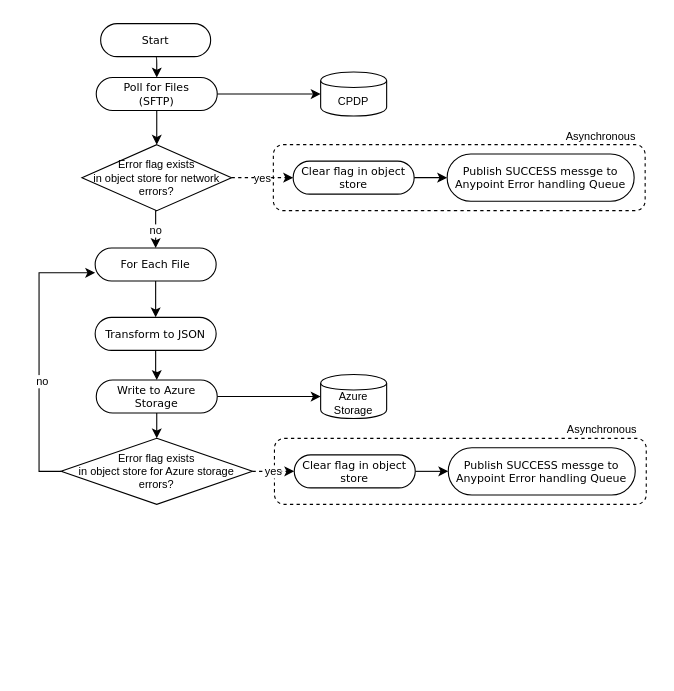
The draw.io diagram page "Invoice Process Flow" (18 of 18) of Copy of eInvoicing API Led.drawio in ahernandez1129/anypoint, before the edit. Source tidied: cells renumbered, new cells numbered last; positions are measured from the earlier drawing's top-left corner, leaving out a move shared by most shapes. Both pictures are drawn from the tidied source at 110%, with x=0, y=0 at pixel (61, 23).
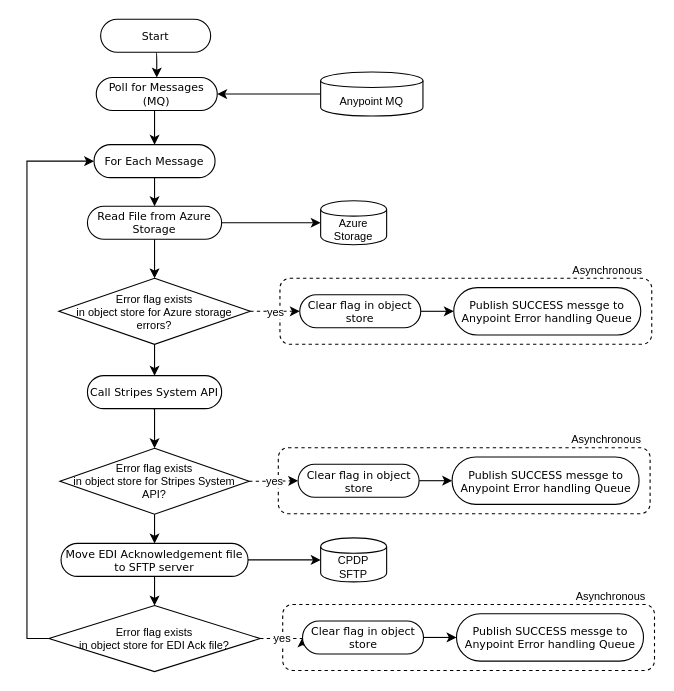
Above is the later version.

Change to the diagram source:
```diff
@@
     <mxCell id="2" style="rounded=1;whiteSpace=wrap;html=1;fontSize=10;dashed=1;" parent="1" vertex="1">
-      <mxGeometry x="194" y="377" width="338" height="60" as="geometry" />
+      <mxGeometry x="199" y="231.5" width="338" height="60" as="geometry" />
     </mxCell>
-    <mxCell id="3" style="rounded=1;whiteSpace=wrap;html=1;fontSize=10;dashed=1;" parent="1" vertex="1">
-      <mxGeometry x="193" y="110" width="338" height="60" as="geometry" />
-    </mxCell>
@@
     <mxCell id="5" value="&lt;span style=&quot;font-size: 10px;&quot;&gt;Start&lt;/span&gt;" style="rounded=1;whiteSpace=wrap;html=1;shadow=0;comic=0;labelBackgroundColor=none;strokeColor=#000000;strokeWidth=1;fillColor=#ffffff;fontFamily=Verdana;fontSize=10;fontColor=#000000;align=center;arcSize=50;" parent="1" vertex="1">
-      <mxGeometry x="36" width="100" height="30" as="geometry" />
+      <mxGeometry x="36" y="-4" width="100" height="30" as="geometry" />
     </mxCell>
-    <mxCell id="6" style="edgeStyle=orthogonalEdgeStyle;rounded=0;jettySize=auto;html=1;exitX=1;exitY=0.5;exitDx=0;exitDy=0;entryX=0;entryY=0.5;entryDx=0;entryDy=0;fontSize=10;" parent="1" edge="1" source="8" target="9">
-      <mxGeometry relative="1" as="geometry" />
-    </mxCell>
-    <mxCell id="7" style="edgeStyle=orthogonalEdgeStyle;rounded=0;jettySize=auto;html=1;exitX=0.5;exitY=1;exitDx=0;exitDy=0;entryX=0.5;entryY=0;entryDx=0;entryDy=0;fontSize=10;" parent="1" edge="1" source="8" target="12">
-      <mxGeometry relative="1" as="geometry" />
-    </mxCell>
+    <mxCell id="33" style="edgeStyle=orthogonalEdgeStyle;rounded=0;jettySize=auto;html=1;exitX=0.5;exitY=1;exitDx=0;exitDy=0;entryX=0.5;entryY=0;entryDx=0;entryDy=0;fontSize=10;" parent="1" edge="1" source="8" target="14">
+      <mxGeometry relative="1" as="geometry" />
+    </mxCell>
-    <mxCell id="8" value="&lt;span style=&quot;font-size: 10px;&quot;&gt;Poll for Files&lt;br style=&quot;font-size: 10px;&quot;&gt;(SFTP)&lt;br style=&quot;font-size: 10px;&quot;&gt;&lt;/span&gt;" style="rounded=1;whiteSpace=wrap;html=1;shadow=0;comic=0;labelBackgroundColor=none;strokeColor=#000000;strokeWidth=1;fillColor=#ffffff;fontFamily=Verdana;fontSize=10;fontColor=#000000;align=center;arcSize=50;" parent="1" vertex="1">
+    <mxCell id="8" value="&lt;span style=&quot;font-size: 10px&quot;&gt;Poll for Messages&lt;br style=&quot;font-size: 10px&quot;&gt;(MQ)&lt;br style=&quot;font-size: 10px&quot;&gt;&lt;/span&gt;" style="rounded=1;whiteSpace=wrap;html=1;shadow=0;comic=0;labelBackgroundColor=none;strokeColor=#000000;strokeWidth=1;fillColor=#ffffff;fontFamily=Verdana;fontSize=10;fontColor=#000000;align=center;arcSize=50;" parent="1" vertex="1">
       <mxGeometry x="32" y="49" width="110" height="30" as="geometry" />
     </mxCell>
+    <mxCell id="34" style="edgeStyle=orthogonalEdgeStyle;rounded=0;jettySize=auto;html=1;exitX=0;exitY=0.5;exitDx=0;exitDy=0;fontSize=10;" parent="1" edge="1" source="9" target="8">
+      <mxGeometry relative="1" as="geometry" />
+    </mxCell>
-    <mxCell id="9" value="CPDP" style="shape=cylinder;whiteSpace=wrap;html=1;boundedLbl=1;backgroundOutline=1;fontSize=10;" parent="1" vertex="1">
-      <mxGeometry x="236" y="44" width="60" height="40" as="geometry" />
+    <mxCell id="9" value="Anypoint MQ" style="shape=cylinder;whiteSpace=wrap;html=1;boundedLbl=1;backgroundOutline=1;fontSize=10;" parent="1" vertex="1">
+      <mxGeometry x="236" y="44" width="93" height="40" as="geometry" />
     </mxCell>
-    <mxCell id="10" value="no" style="edgeStyle=orthogonalEdgeStyle;rounded=0;jettySize=auto;html=1;exitX=0.5;exitY=1;exitDx=0;exitDy=0;entryX=0.5;entryY=0;entryDx=0;entryDy=0;fontSize=10;" parent="1" edge="1" source="12" target="14">
-      <mxGeometry x="0.08" relative="1" as="geometry" />
-    </mxCell>
-    <mxCell id="11" value="yes" style="edgeStyle=orthogonalEdgeStyle;rounded=0;jettySize=auto;html=1;exitX=1;exitY=0.5;exitDx=0;exitDy=0;entryX=0;entryY=0.5;entryDx=0;entryDy=0;fontSize=10;dashed=1;" parent="1" edge="1" source="12" target="22">
-      <mxGeometry relative="1" as="geometry" />
-    </mxCell>
-    <mxCell id="12" value="&lt;font style=&quot;font-size: 10px&quot;&gt;Error flag exists&lt;br style=&quot;font-size: 10px&quot;&gt;in object store for network errors?&lt;/font&gt;" style="rhombus;whiteSpace=wrap;html=1;fontSize=10;" parent="1" vertex="1">
-      <mxGeometry x="19" y="110" width="136" height="60" as="geometry" />
-    </mxCell>
-    <mxCell id="13" style="edgeStyle=orthogonalEdgeStyle;rounded=0;jettySize=auto;html=1;exitX=0.5;exitY=1;exitDx=0;exitDy=0;fontSize=10;" parent="1" edge="1" source="14" target="16">
-      <mxGeometry relative="1" as="geometry" />
-    </mxCell>
+    <mxCell id="35" style="edgeStyle=orthogonalEdgeStyle;rounded=0;jettySize=auto;html=1;exitX=0.5;exitY=1;exitDx=0;exitDy=0;entryX=0.5;entryY=0;entryDx=0;entryDy=0;fontSize=10;" parent="1" edge="1" source="14" target="19">
+      <mxGeometry relative="1" as="geometry" />
+    </mxCell>
-    <mxCell id="14" value="&lt;span style=&quot;font-size: 10px;&quot;&gt;For Each File&lt;br style=&quot;font-size: 10px;&quot;&gt;&lt;/span&gt;" style="rounded=1;whiteSpace=wrap;html=1;shadow=0;comic=0;labelBackgroundColor=none;strokeColor=#000000;strokeWidth=1;fillColor=#ffffff;fontFamily=Verdana;fontSize=10;fontColor=#000000;align=center;arcSize=50;" parent="1" vertex="1">
-      <mxGeometry x="31" y="204" width="110" height="30" as="geometry" />
+    <mxCell id="14" value="&lt;span style=&quot;font-size: 10px&quot;&gt;For Each Message&lt;br style=&quot;font-size: 10px&quot;&gt;&lt;/span&gt;" style="rounded=1;whiteSpace=wrap;html=1;shadow=0;comic=0;labelBackgroundColor=none;strokeColor=#000000;strokeWidth=1;fillColor=#ffffff;fontFamily=Verdana;fontSize=10;fontColor=#000000;align=center;arcSize=50;" parent="1" vertex="1">
+      <mxGeometry x="30" y="110" width="110" height="30" as="geometry" />
     </mxCell>
-    <mxCell id="15" style="edgeStyle=orthogonalEdgeStyle;rounded=0;jettySize=auto;html=1;exitX=0.5;exitY=1;exitDx=0;exitDy=0;fontSize=10;" parent="1" edge="1" source="16" target="19">
-      <mxGeometry relative="1" as="geometry" />
-    </mxCell>
-    <mxCell id="16" value="&lt;span style=&quot;font-size: 10px&quot;&gt;Transform to JSON&lt;br style=&quot;font-size: 10px&quot;&gt;&lt;/span&gt;" style="rounded=1;whiteSpace=wrap;html=1;shadow=0;comic=0;labelBackgroundColor=none;strokeColor=#000000;strokeWidth=1;fillColor=#ffffff;fontFamily=Verdana;fontSize=10;fontColor=#000000;align=center;arcSize=50;" parent="1" vertex="1">
-      <mxGeometry x="31" y="267" width="110" height="30" as="geometry" />
-    </mxCell>
@@
-    <mxCell id="19" value="&lt;span style=&quot;font-size: 10px&quot;&gt;Write to Azure Storage&lt;br style=&quot;font-size: 10px&quot;&gt;&lt;/span&gt;" style="rounded=1;whiteSpace=wrap;html=1;shadow=0;comic=0;labelBackgroundColor=none;strokeColor=#000000;strokeWidth=1;fillColor=#ffffff;fontFamily=Verdana;fontSize=10;fontColor=#000000;align=center;arcSize=50;" parent="1" vertex="1">
-      <mxGeometry x="32" y="324" width="110" height="30" as="geometry" />
+    <mxCell id="19" value="&lt;span style=&quot;font-size: 10px&quot;&gt;Read File from Azure Storage&lt;br style=&quot;font-size: 10px&quot;&gt;&lt;/span&gt;" style="rounded=1;whiteSpace=wrap;html=1;shadow=0;comic=0;labelBackgroundColor=none;strokeColor=#000000;strokeWidth=1;fillColor=#ffffff;fontFamily=Verdana;fontSize=10;fontColor=#000000;align=center;arcSize=50;" parent="1" vertex="1">
+      <mxGeometry x="24" y="166" width="122" height="30" as="geometry" />
     </mxCell>
     <mxCell id="20" value="Azure Storage" style="shape=cylinder;whiteSpace=wrap;html=1;boundedLbl=1;backgroundOutline=1;fontSize=10;" parent="1" vertex="1">
-      <mxGeometry x="236" y="319" width="60" height="40" as="geometry" />
+      <mxGeometry x="236" y="161" width="60" height="40" as="geometry" />
     </mxCell>
-    <mxCell id="21" style="edgeStyle=orthogonalEdgeStyle;rounded=0;jettySize=auto;html=1;exitX=1;exitY=0.5;exitDx=0;exitDy=0;fontSize=10;" parent="1" edge="1" source="22" target="23">
-      <mxGeometry relative="1" as="geometry" />
-    </mxCell>
-    <mxCell id="22" value="&lt;span style=&quot;font-size: 10px&quot;&gt;Clear flag in object store&lt;br style=&quot;font-size: 10px&quot;&gt;&lt;/span&gt;" style="rounded=1;whiteSpace=wrap;html=1;shadow=0;comic=0;labelBackgroundColor=none;strokeColor=#000000;strokeWidth=1;fillColor=#ffffff;fontFamily=Verdana;fontSize=10;fontColor=#000000;align=center;arcSize=50;" parent="1" vertex="1">
-      <mxGeometry x="211" y="125" width="110" height="30" as="geometry" />
-    </mxCell>
-    <mxCell id="23" value="&lt;span style=&quot;font-size: 10px&quot;&gt;Publish SUCCESS messge to Anypoint Error handling Queue&lt;br style=&quot;font-size: 10px&quot;&gt;&lt;/span&gt;" style="rounded=1;whiteSpace=wrap;html=1;shadow=0;comic=0;labelBackgroundColor=none;strokeColor=#000000;strokeWidth=1;fillColor=#ffffff;fontFamily=Verdana;fontSize=10;fontColor=#000000;align=center;arcSize=50;" parent="1" vertex="1">
-      <mxGeometry x="351" y="118.5" width="170" height="43" as="geometry" />
-    </mxCell>
-    <mxCell id="24" value="Asynchronous" style="text;html=1;strokeColor=none;fillColor=none;align=center;verticalAlign=middle;whiteSpace=wrap;rounded=0;dashed=1;fontSize=10;" parent="1" vertex="1">
-      <mxGeometry x="471" y="92" width="40" height="20" as="geometry" />
-    </mxCell>
@@
-    <mxCell id="26" style="edgeStyle=orthogonalEdgeStyle;rounded=0;jettySize=auto;html=1;exitX=0;exitY=0.5;exitDx=0;exitDy=0;entryX=0;entryY=0.75;entryDx=0;entryDy=0;fontSize=10;" parent="1" edge="1" source="28" target="14">
-      <mxGeometry relative="1" as="geometry" />
-    </mxCell>
-    <mxCell id="27" value="no" style="text;html=1;align=center;verticalAlign=middle;labelBackgroundColor=#ffffff;fontSize=10;" parent="26" vertex="1">
-      <mxGeometry x="-0.18" y="-2" relative="1" as="geometry" />
-    </mxCell>
+    <mxCell id="36" style="edgeStyle=orthogonalEdgeStyle;rounded=0;jettySize=auto;html=1;exitX=0.5;exitY=1;exitDx=0;exitDy=0;fontSize=10;" parent="1" edge="1" source="28" target="37">
+      <mxGeometry relative="1" as="geometry" />
+    </mxCell>
     <mxCell id="28" value="&lt;font style=&quot;font-size: 10px&quot;&gt;Error flag exists&lt;br style=&quot;font-size: 10px&quot;&gt;in object store for Azure storage errors?&lt;/font&gt;" style="rhombus;whiteSpace=wrap;html=1;fontSize=10;" parent="1" vertex="1">
-      <mxGeometry y="377" width="174" height="60" as="geometry" />
+      <mxGeometry x="-2" y="231.5" width="174" height="60" as="geometry" />
     </mxCell>
@@
     <mxCell id="30" value="&lt;span style=&quot;font-size: 10px&quot;&gt;Clear flag in object store&lt;br style=&quot;font-size: 10px&quot;&gt;&lt;/span&gt;" style="rounded=1;whiteSpace=wrap;html=1;shadow=0;comic=0;labelBackgroundColor=none;strokeColor=#000000;strokeWidth=1;fillColor=#ffffff;fontFamily=Verdana;fontSize=10;fontColor=#000000;align=center;arcSize=50;" parent="1" vertex="1">
-      <mxGeometry x="212" y="392" width="110" height="30" as="geometry" />
+      <mxGeometry x="217" y="246.5" width="110" height="30" as="geometry" />
     </mxCell>
     <mxCell id="31" value="&lt;span style=&quot;font-size: 10px&quot;&gt;Publish SUCCESS messge to Anypoint Error handling Queue&lt;br style=&quot;font-size: 10px&quot;&gt;&lt;/span&gt;" style="rounded=1;whiteSpace=wrap;html=1;shadow=0;comic=0;labelBackgroundColor=none;strokeColor=#000000;strokeWidth=1;fillColor=#ffffff;fontFamily=Verdana;fontSize=10;fontColor=#000000;align=center;arcSize=50;" parent="1" vertex="1">
-      <mxGeometry x="352" y="385.5" width="170" height="43" as="geometry" />
+      <mxGeometry x="357" y="240" width="170" height="43" as="geometry" />
     </mxCell>
     <mxCell id="32" value="Asynchronous" style="text;html=1;strokeColor=none;fillColor=none;align=center;verticalAlign=middle;whiteSpace=wrap;rounded=0;dashed=1;fontSize=10;" parent="1" vertex="1">
-      <mxGeometry x="472" y="359" width="40" height="20" as="geometry" />
+      <mxGeometry x="477" y="213.5" width="40" height="20" as="geometry" />
     </mxCell>
+    <mxCell id="37" value="&lt;span style=&quot;font-size: 10px&quot;&gt;Call Stripes System API&lt;br style=&quot;font-size: 10px&quot;&gt;&lt;/span&gt;" style="rounded=1;whiteSpace=wrap;html=1;shadow=0;comic=0;labelBackgroundColor=none;strokeColor=#000000;strokeWidth=1;fillColor=#ffffff;fontFamily=Verdana;fontSize=10;fontColor=#000000;align=center;arcSize=50;" parent="1" vertex="1">
+      <mxGeometry x="24" y="320" width="122" height="30" as="geometry" />
+    </mxCell>
+    <mxCell id="38" style="rounded=1;whiteSpace=wrap;html=1;fontSize=10;dashed=1;" parent="1" vertex="1">
+      <mxGeometry x="197.5" y="385.5" width="338" height="60" as="geometry" />
+    </mxCell>
+    <mxCell id="39" style="edgeStyle=orthogonalEdgeStyle;rounded=0;jettySize=auto;html=1;exitX=0.5;exitY=1;exitDx=0;exitDy=0;entryX=0.5;entryY=0;entryDx=0;entryDy=0;fontSize=10;" parent="1" edge="1" target="42">
+      <mxGeometry relative="1" as="geometry">
+        <mxPoint x="83.5" y="350" as="sourcePoint" />
+      </mxGeometry>
+    </mxCell>
+    <mxCell id="40" value="yes" style="edgeStyle=orthogonalEdgeStyle;rounded=0;jettySize=auto;html=1;exitX=1;exitY=0.5;exitDx=0;exitDy=0;entryX=0;entryY=0.5;entryDx=0;entryDy=0;fontSize=10;dashed=1;" parent="1" edge="1" source="42" target="44">
+      <mxGeometry relative="1" as="geometry" />
+    </mxCell>
+    <mxCell id="41" style="edgeStyle=orthogonalEdgeStyle;rounded=0;jettySize=auto;html=1;exitX=0.5;exitY=1;exitDx=0;exitDy=0;fontSize=10;" parent="1" edge="1" source="42" target="49">
+      <mxGeometry relative="1" as="geometry" />
+    </mxCell>
+    <mxCell id="42" value="&lt;font style=&quot;font-size: 10px&quot;&gt;Error flag exists&lt;br style=&quot;font-size: 10px&quot;&gt;in object store for Stripes System API?&lt;/font&gt;" style="rhombus;whiteSpace=wrap;html=1;fontSize=10;" parent="1" vertex="1">
+      <mxGeometry x="-1" y="386" width="172" height="60" as="geometry" />
+    </mxCell>
+    <mxCell id="43" style="edgeStyle=orthogonalEdgeStyle;rounded=0;jettySize=auto;html=1;exitX=1;exitY=0.5;exitDx=0;exitDy=0;entryX=0;entryY=0.5;entryDx=0;entryDy=0;fontSize=10;" parent="1" edge="1" source="44" target="45">
+      <mxGeometry relative="1" as="geometry" />
+    </mxCell>
+    <mxCell id="44" value="&lt;span style=&quot;font-size: 10px&quot;&gt;Clear flag in object store&lt;br style=&quot;font-size: 10px&quot;&gt;&lt;/span&gt;" style="rounded=1;whiteSpace=wrap;html=1;shadow=0;comic=0;labelBackgroundColor=none;strokeColor=#000000;strokeWidth=1;fillColor=#ffffff;fontFamily=Verdana;fontSize=10;fontColor=#000000;align=center;arcSize=50;" parent="1" vertex="1">
+      <mxGeometry x="215.5" y="400.5" width="110" height="30" as="geometry" />
+    </mxCell>
+    <mxCell id="45" value="&lt;span style=&quot;font-size: 10px&quot;&gt;Publish SUCCESS messge to Anypoint Error handling Queue&lt;br style=&quot;font-size: 10px&quot;&gt;&lt;/span&gt;" style="rounded=1;whiteSpace=wrap;html=1;shadow=0;comic=0;labelBackgroundColor=none;strokeColor=#000000;strokeWidth=1;fillColor=#ffffff;fontFamily=Verdana;fontSize=10;fontColor=#000000;align=center;arcSize=50;" parent="1" vertex="1">
+      <mxGeometry x="355.5" y="394" width="170" height="43" as="geometry" />
+    </mxCell>
+    <mxCell id="46" value="Asynchronous" style="text;html=1;strokeColor=none;fillColor=none;align=center;verticalAlign=middle;whiteSpace=wrap;rounded=0;dashed=1;fontSize=10;" parent="1" vertex="1">
+      <mxGeometry x="475.5" y="367.5" width="40" height="20" as="geometry" />
+    </mxCell>
+    <mxCell id="47" style="edgeStyle=orthogonalEdgeStyle;rounded=0;jettySize=auto;html=1;exitX=0.5;exitY=1;exitDx=0;exitDy=0;entryX=0.5;entryY=0;entryDx=0;entryDy=0;fontSize=10;" parent="1" edge="1" source="49" target="53">
+      <mxGeometry relative="1" as="geometry" />
+    </mxCell>
+    <mxCell id="48" style="edgeStyle=orthogonalEdgeStyle;rounded=0;jettySize=auto;html=1;exitX=1;exitY=0.5;exitDx=0;exitDy=0;entryX=0;entryY=0.5;entryDx=0;entryDy=0;fontSize=10;" parent="1" edge="1" source="49" target="58">
+      <mxGeometry relative="1" as="geometry" />
+    </mxCell>
+    <mxCell id="49" value="&lt;span style=&quot;font-size: 10px&quot;&gt;Move EDI Acknowledgement file to SFTP server&lt;br style=&quot;font-size: 10px&quot;&gt;&lt;/span&gt;" style="rounded=1;whiteSpace=wrap;html=1;shadow=0;comic=0;labelBackgroundColor=none;strokeColor=#000000;strokeWidth=1;fillColor=#ffffff;fontFamily=Verdana;fontSize=10;fontColor=#000000;align=center;arcSize=50;" parent="1" vertex="1">
+      <mxGeometry y="472.5" width="170" height="30" as="geometry" />
+    </mxCell>
+    <mxCell id="50" style="rounded=1;whiteSpace=wrap;html=1;fontSize=10;dashed=1;" parent="1" vertex="1">
+      <mxGeometry x="201.5" y="528" width="338" height="60" as="geometry" />
+    </mxCell>
+    <mxCell id="51" value="yes" style="edgeStyle=orthogonalEdgeStyle;rounded=0;jettySize=auto;html=1;exitX=1;exitY=0.5;exitDx=0;exitDy=0;entryX=0;entryY=0.5;entryDx=0;entryDy=0;fontSize=10;dashed=1;" parent="1" edge="1" source="53" target="55">
+      <mxGeometry relative="1" as="geometry" />
+    </mxCell>
+    <mxCell id="52" style="edgeStyle=orthogonalEdgeStyle;rounded=0;jettySize=auto;html=1;exitX=0;exitY=0.5;exitDx=0;exitDy=0;entryX=0;entryY=0.5;entryDx=0;entryDy=0;fontSize=10;" parent="1" edge="1" source="53" target="14">
+      <mxGeometry relative="1" as="geometry" />
+    </mxCell>
+    <mxCell id="53" value="&lt;font style=&quot;font-size: 10px&quot;&gt;Error flag exists&lt;br style=&quot;font-size: 10px&quot;&gt;in object store for EDI Ack file?&lt;/font&gt;" style="rhombus;whiteSpace=wrap;html=1;fontSize=10;" parent="1" vertex="1">
+      <mxGeometry x="-11" y="529" width="192" height="60" as="geometry" />
+    </mxCell>
+    <mxCell id="54" style="edgeStyle=orthogonalEdgeStyle;rounded=0;jettySize=auto;html=1;exitX=1;exitY=0.5;exitDx=0;exitDy=0;entryX=0;entryY=0.5;entryDx=0;entryDy=0;fontSize=10;" parent="1" edge="1" source="55" target="56">
+      <mxGeometry relative="1" as="geometry" />
+    </mxCell>
+    <mxCell id="55" value="&lt;span style=&quot;font-size: 10px&quot;&gt;Clear flag in object store&lt;br style=&quot;font-size: 10px&quot;&gt;&lt;/span&gt;" style="rounded=1;whiteSpace=wrap;html=1;shadow=0;comic=0;labelBackgroundColor=none;strokeColor=#000000;strokeWidth=1;fillColor=#ffffff;fontFamily=Verdana;fontSize=10;fontColor=#000000;align=center;arcSize=50;" parent="1" vertex="1">
+      <mxGeometry x="219.5" y="543" width="110" height="30" as="geometry" />
+    </mxCell>
+    <mxCell id="56" value="&lt;span style=&quot;font-size: 10px&quot;&gt;Publish SUCCESS messge to Anypoint Error handling Queue&lt;br style=&quot;font-size: 10px&quot;&gt;&lt;/span&gt;" style="rounded=1;whiteSpace=wrap;html=1;shadow=0;comic=0;labelBackgroundColor=none;strokeColor=#000000;strokeWidth=1;fillColor=#ffffff;fontFamily=Verdana;fontSize=10;fontColor=#000000;align=center;arcSize=50;" parent="1" vertex="1">
+      <mxGeometry x="359.5" y="536.5" width="170" height="43" as="geometry" />
+    </mxCell>
+    <mxCell id="57" value="Asynchronous" style="text;html=1;strokeColor=none;fillColor=none;align=center;verticalAlign=middle;whiteSpace=wrap;rounded=0;dashed=1;fontSize=10;" parent="1" vertex="1">
+      <mxGeometry x="479.5" y="510" width="40" height="20" as="geometry" />
+    </mxCell>
+    <mxCell id="58" value="CPDP &lt;br&gt;SFTP" style="shape=cylinder;whiteSpace=wrap;html=1;boundedLbl=1;backgroundOutline=1;fontSize=10;" parent="1" vertex="1">
+      <mxGeometry x="236" y="467.5" width="60" height="40" as="geometry" />
+    </mxCell>
```
